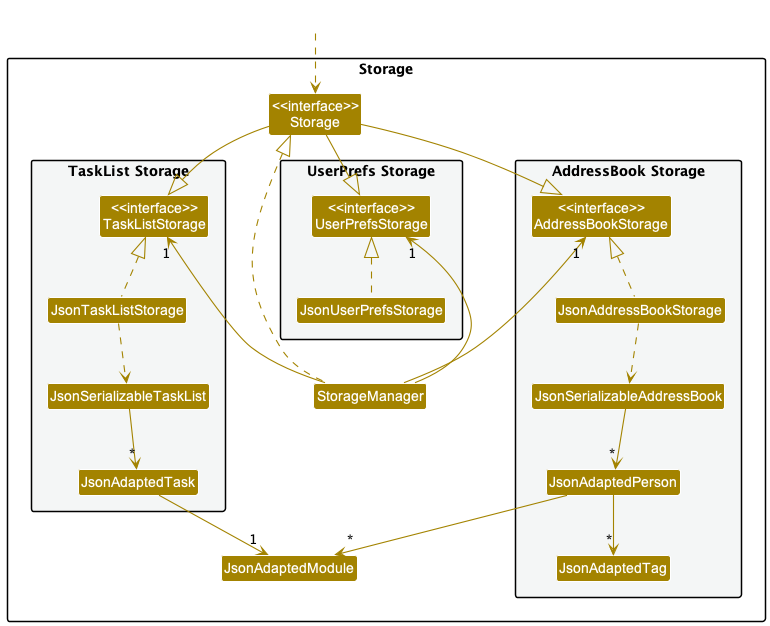
Earlier version of the PlantUML export docs/images/StorageClassDiagram.png (nus-cs2103-AY2223S1/tp).
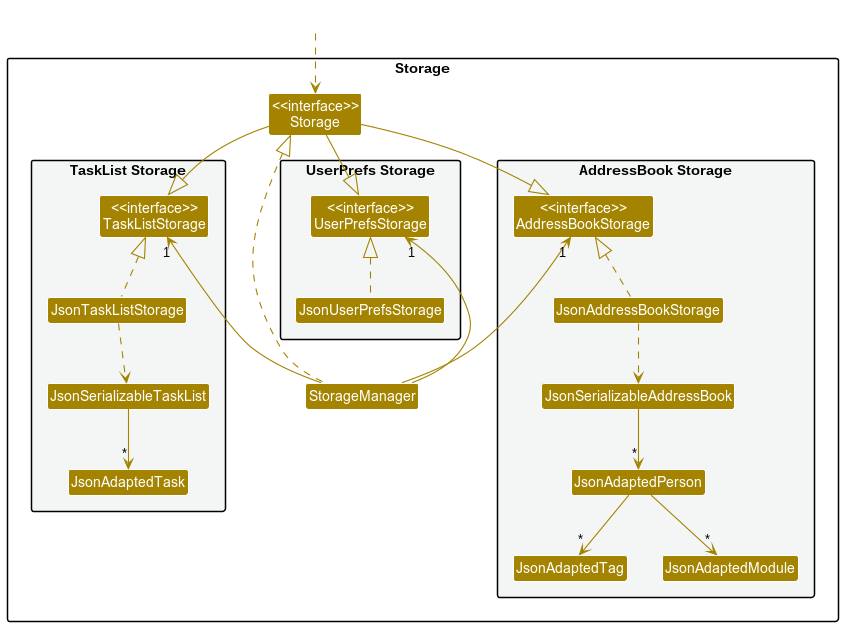
After the change.

Commit message:
Remove JsonAdaptedModule from TaskList in diagram

It turns out that it's not used there

Change to the diagram source:
```diff
@@ -24,11 +24,11 @@
 Class JsonSerializableAddressBook
 Class JsonAdaptedPerson
 Class JsonAdaptedTag
+Class JsonAdaptedModule
 }
 
 Class "<<interface>>\nStorage" as Storage
 Class StorageManager
-Class JsonAdaptedModule
 
 }
 
@@ -53,5 +53,4 @@
 JsonTaskListStorage .up.|> TaskListStorage
 JsonTaskListStorage ..> JsonSerializableTaskList
 JsonSerializableTaskList --> "*" JsonAdaptedTask
-JsonAdaptedTask --> "1" JsonAdaptedModule
 @enduml
```
